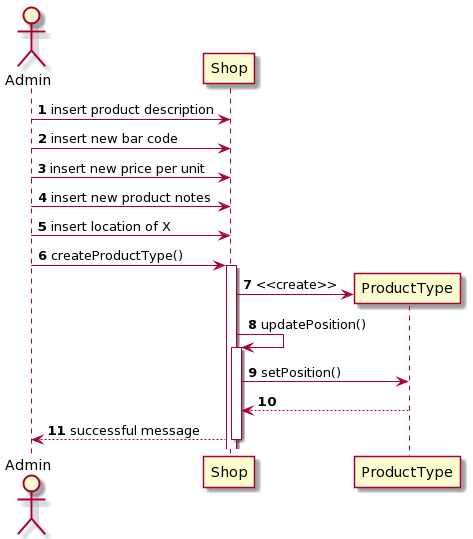
Above: Deliverables/Diagrams/Design/1-1-CreateProductType.png in giuliadascenzi/ezshop_SEproject (PlantUML), before the change.
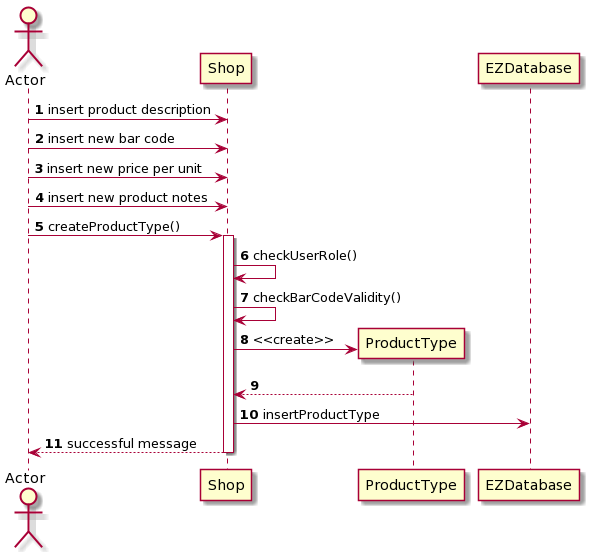
The same file after the commit.

Change to the diagram source:
```diff
@@ -1,15 +1,15 @@
 @startuml
 autonumber
-actor Admin
-Admin -> Shop : insert product description
-Admin-> Shop : insert new bar code
-Admin-> Shop : insert new price per unit
-Admin -> Shop : insert new product notes
-Admin -> Shop : insert location of X
-Admin -> Shop ++ : createProductType()
+actor Actor
+Actor -> Shop : insert product description
+Actor-> Shop : insert new bar code
+Actor-> Shop : insert new price per unit
+Actor -> Shop : insert new product notes
+Actor -> Shop ++ : createProductType()
+Shop -> Shop : checkUserRole()
+Shop -> Shop : checkBarCodeValidity()
 Shop -> ProductType ** : <<create>>
-Shop -> Shop ++ : updatePosition()
-Shop -> ProductType : setPosition()
 ProductType --> Shop --
-Shop --> Admin -- : successful message
+Shop -> EZDatabase : insertProductType
+Shop -->Actor -- : successful message
 @enduml
```
